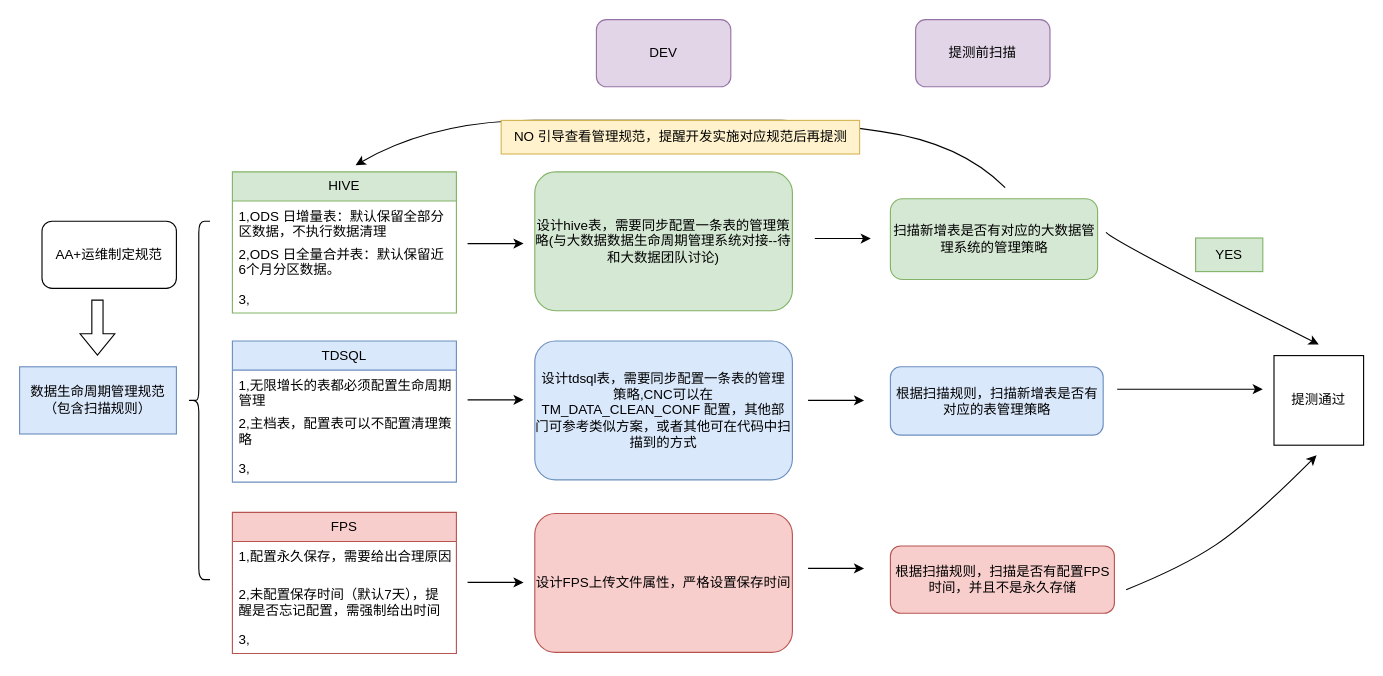
Earlier version of the draw.io diagram odl-生命周期管理.drawio (cypggs/studyFiles). Source tidied: cells renumbered, new cells numbered last; positions are measured from the earlier drawing's top-left corner, leaving out a move shared by most shapes. Both pictures are drawn from the tidied source at 112%, with x=0, y=0 at pixel (19, 19).
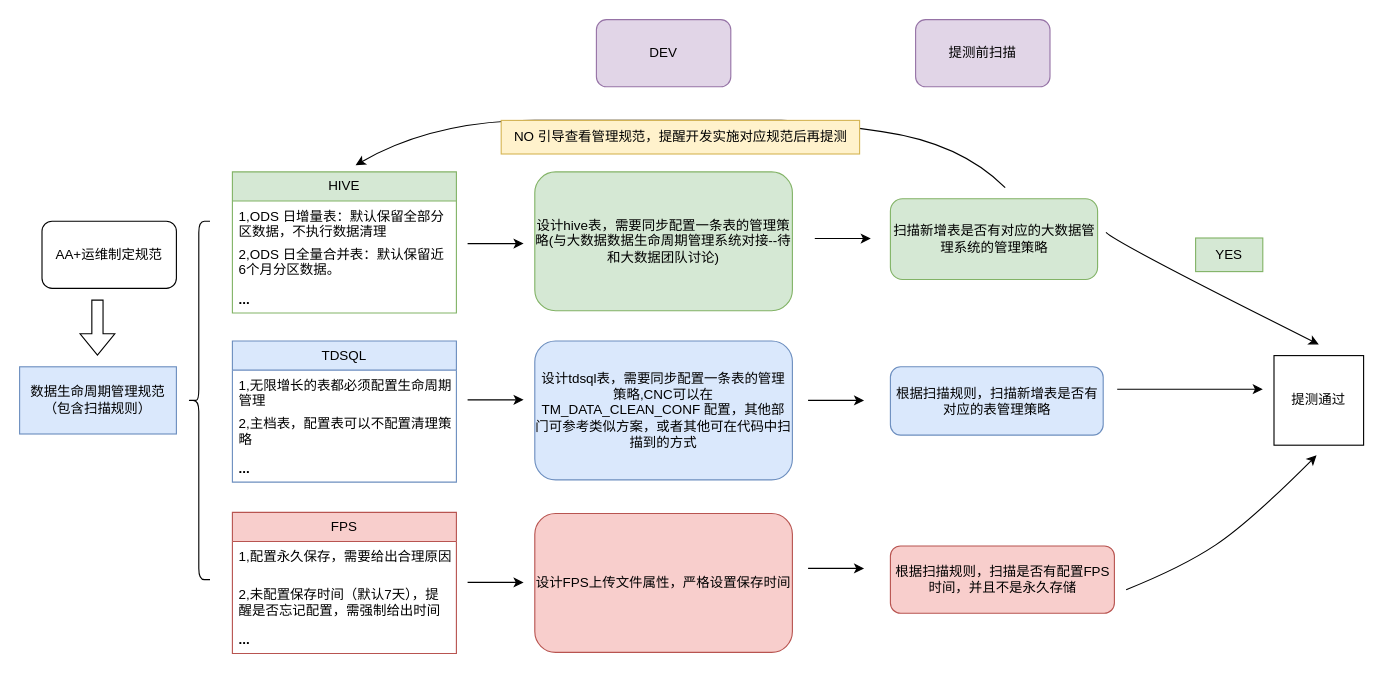
After the change.

Commit message:
更新odl-生命周期管理.drawio

The change refers to these unchanged cells:
```xml
<mxCell id="4" value="TDSQL" style="swimlane;fontStyle=0;horizontal=1;startSize=26;fillColor=#dae8fc;whiteSpace=wrap;html=1;strokeColor=#6c8ebf;" parent="1" vertex="1">
  <mxGeometry x="190" y="287" width="200" height="126" as="geometry" />
</mxCell>
<mxCell id="8" value="FPS" style="swimlane;fontStyle=0;horizontal=1;startSize=26;fillColor=#f8cecc;whiteSpace=wrap;html=1;strokeColor=#b85450;" parent="1" vertex="1">
  <mxGeometry x="190" y="440" width="200" height="126" as="geometry" />
</mxCell>
<mxCell id="12" value="HIVE" style="swimlane;fontStyle=0;horizontal=1;startSize=26;fillColor=#d5e8d4;whiteSpace=wrap;html=1;strokeColor=#82b366;" parent="1" vertex="1">
  <mxGeometry x="190" y="136" width="200" height="126" as="geometry" />
</mxCell>
```

Diff of the diagram source:
```diff
@@
-    <mxCell id="7" value="3," style="text;strokeColor=none;fillColor=none;align=left;verticalAlign=top;spacingLeft=4;spacingRight=4;overflow=hidden;whiteSpace=wrap;html=1;" parent="4" vertex="1">
+    <mxCell id="7" value="&lt;b style=&quot;border-color: var(--border-color);&quot;&gt;...&lt;/b&gt;" style="text;strokeColor=none;fillColor=none;align=left;verticalAlign=top;spacingLeft=4;spacingRight=4;overflow=hidden;whiteSpace=wrap;html=1;" parent="4" vertex="1">
       <mxGeometry y="100" width="200" height="26" as="geometry" />
     </mxCell>
@@
-    <mxCell id="11" value="3," style="text;strokeColor=none;fillColor=none;align=left;verticalAlign=top;spacingLeft=4;spacingRight=4;overflow=hidden;whiteSpace=wrap;html=1;" parent="8" vertex="1">
+    <mxCell id="11" value="&lt;b style=&quot;border-color: var(--border-color);&quot;&gt;...&lt;/b&gt;" style="text;strokeColor=none;fillColor=none;align=left;verticalAlign=top;spacingLeft=4;spacingRight=4;overflow=hidden;whiteSpace=wrap;html=1;" parent="8" vertex="1">
       <mxGeometry y="100" width="200" height="26" as="geometry" />
     </mxCell>
@@
-    <mxCell id="15" value="3," style="text;strokeColor=none;fillColor=none;align=left;verticalAlign=top;spacingLeft=4;spacingRight=4;overflow=hidden;whiteSpace=wrap;html=1;" parent="12" vertex="1">
+    <mxCell id="15" value="&lt;b&gt;...&lt;/b&gt;" style="text;strokeColor=none;fillColor=none;align=left;verticalAlign=top;spacingLeft=4;spacingRight=4;overflow=hidden;whiteSpace=wrap;html=1;" parent="12" vertex="1">
       <mxGeometry y="100" width="200" height="26" as="geometry" />
     </mxCell>
```
